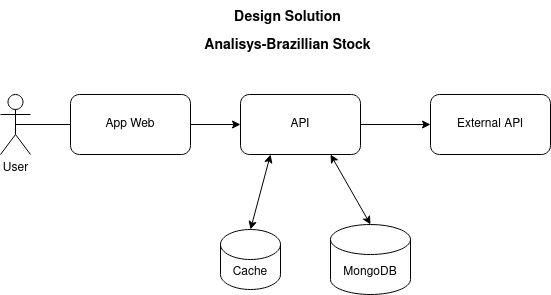
The draw.io diagram img/StockAnalisysDesignSolution.drawio.png in sartorileonardo/analisys-brazilian-stock, before a commit. Source tidied: cells renumbered, new cells last; positions are measured from the earlier drawing's top-left corner, leaving out a move shared by most shapes.
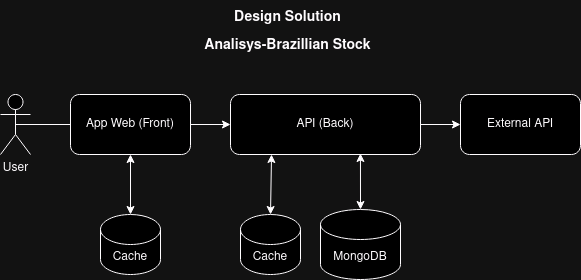
The same diagram one commit later.

What changed in the source:
```diff
@@ -5,25 +5,25 @@
     <mxCell id="2" value="User" style="shape=umlActor;verticalLabelPosition=bottom;verticalAlign=top;html=1;outlineConnect=0;" parent="1" vertex="1">
       <mxGeometry y="90" width="30" height="60" as="geometry" />
     </mxCell>
-    <mxCell id="3" value="API" style="rounded=1;whiteSpace=wrap;html=1;" parent="1" vertex="1">
-      <mxGeometry x="240" y="90" width="120" height="60" as="geometry" />
+    <mxCell id="3" value="API (Back)" style="rounded=1;whiteSpace=wrap;html=1;" parent="1" vertex="1">
+      <mxGeometry x="230" y="90" width="190" height="60" as="geometry" />
     </mxCell>
     <mxCell id="4" value="Cache" style="shape=cylinder3;whiteSpace=wrap;html=1;boundedLbl=1;backgroundOutline=1;size=15;" parent="1" vertex="1">
-      <mxGeometry x="220" y="225" width="60" height="60" as="geometry" />
+      <mxGeometry x="240" y="210" width="60" height="60" as="geometry" />
     </mxCell>
     <mxCell id="5" value="MongoDB" style="shape=cylinder3;whiteSpace=wrap;html=1;boundedLbl=1;backgroundOutline=1;size=15;" parent="1" vertex="1">
-      <mxGeometry x="330" y="220" width="80" height="70" as="geometry" />
+      <mxGeometry x="320" y="205" width="80" height="70" as="geometry" />
     </mxCell>
     <mxCell id="6" value="External API" style="rounded=1;whiteSpace=wrap;html=1;" parent="1" vertex="1">
-      <mxGeometry x="430" y="90" width="120" height="60" as="geometry" />
+      <mxGeometry x="460" y="90" width="120" height="60" as="geometry" />
     </mxCell>
     <mxCell id="7" style="endArrow=classic;html=1;rounded=0;exitX=0.5;exitY=0.5;exitDx=0;exitDy=0;exitPerimeter=0;entryX=0;entryY=0.5;entryDx=0;entryDy=0;startArrow=none;" parent="1" edge="1" source="12" target="3">
       <mxGeometry relative="1" as="geometry" />
     </mxCell>
-    <mxCell id="8" style="endArrow=classic;startArrow=classic;html=1;rounded=0;entryX=0.25;entryY=1;entryDx=0;entryDy=0;exitX=0.5;exitY=0;exitDx=0;exitDy=0;exitPerimeter=0;" parent="1" edge="1" source="4" target="3">
+    <mxCell id="8" style="endArrow=classic;startArrow=classic;html=1;rounded=0;entryX=0.216;entryY=1;entryDx=0;entryDy=0;exitX=0.5;exitY=0;exitDx=0;exitDy=0;exitPerimeter=0;entryPerimeter=0;" parent="1" edge="1" source="4" target="3">
       <mxGeometry relative="1" as="geometry" />
     </mxCell>
-    <mxCell id="9" style="endArrow=classic;startArrow=classic;html=1;rounded=0;entryX=0.75;entryY=1;entryDx=0;entryDy=0;exitX=0.5;exitY=0;exitDx=0;exitDy=0;exitPerimeter=0;" parent="1" edge="1" source="5" target="3">
+    <mxCell id="9" style="endArrow=classic;startArrow=classic;html=1;rounded=0;entryX=0.684;entryY=0.983;entryDx=0;entryDy=0;exitX=0.5;exitY=0;exitDx=0;exitDy=0;exitPerimeter=0;entryPerimeter=0;" parent="1" edge="1" source="5" target="3">
       <mxGeometry relative="1" as="geometry" />
     </mxCell>
     <mxCell id="10" style="endArrow=classic;html=1;rounded=0;exitX=1;exitY=0.5;exitDx=0;exitDy=0;entryX=0;entryY=0.5;entryDx=0;entryDy=0;" parent="1" edge="1" source="3" target="6">
@@ -32,11 +32,19 @@
     <mxCell id="11" value="&lt;font style=&quot;font-size: 24px;&quot;&gt;&lt;b&gt;&lt;font style=&quot;font-size: 14px;&quot;&gt;Design Solution &lt;br&gt;Analisys-Brazillian Stock&lt;br&gt;&lt;/font&gt;&lt;/b&gt;&lt;/font&gt;" style="text;html=1;strokeColor=none;fillColor=none;align=center;verticalAlign=middle;whiteSpace=wrap;rounded=0;" parent="1" vertex="1">
       <mxGeometry x="190" width="195" height="50" as="geometry" />
     </mxCell>
-    <mxCell id="12" value="App Web" style="rounded=1;whiteSpace=wrap;html=1;" parent="1" vertex="1">
+    <mxCell id="12" value="App Web (Front)" style="rounded=1;whiteSpace=wrap;html=1;" parent="1" vertex="1">
       <mxGeometry x="70" y="90" width="120" height="60" as="geometry" />
     </mxCell>
     <mxCell id="13" style="endArrow=none;html=1;rounded=0;exitX=0.5;exitY=0.5;exitDx=0;exitDy=0;exitPerimeter=0;entryX=0;entryY=0.5;entryDx=0;entryDy=0;" parent="1" edge="1" source="2" target="12">
       <mxGeometry relative="1" as="geometry" />
     </mxCell>
+    <mxCell id="14" value="Cache" style="shape=cylinder3;whiteSpace=wrap;html=1;boundedLbl=1;backgroundOutline=1;size=15;" parent="1" vertex="1">
+      <mxGeometry x="100" y="210" width="60" height="60" as="geometry" />
+    </mxCell>
+    <mxCell id="15" style="endArrow=classic;startArrow=classic;html=1;rounded=0;entryX=0.25;entryY=1;entryDx=0;entryDy=0;exitX=0.5;exitY=0;exitDx=0;exitDy=0;exitPerimeter=0;" parent="1" edge="1" source="14">
+      <mxGeometry relative="1" as="geometry">
+        <mxPoint x="130" y="150" as="targetPoint" />
+      </mxGeometry>
+    </mxCell>
   </root>
 </mxGraphModel>
```
